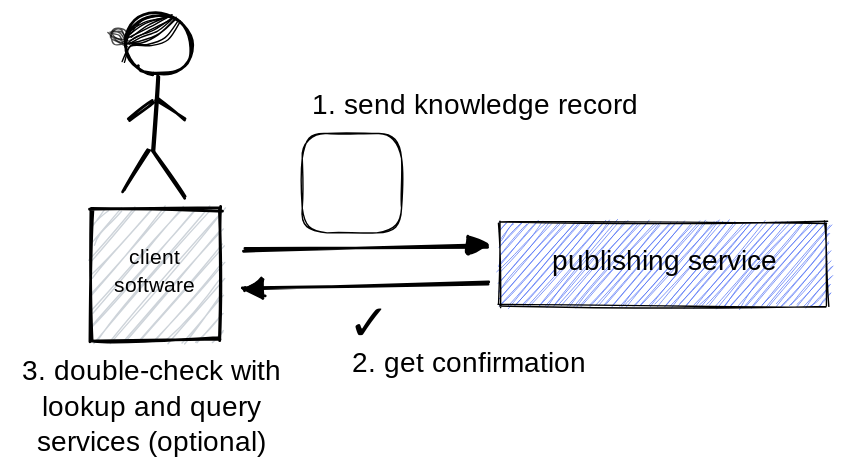
This is images/publishing.svg from tkuhn/knowledge-space, a Excalidraw export, as it was before one commit. Source tidied: one line per element, renumbered; positions are measured from the earlier drawing's top-left corner, leaving out a move shared by most shapes.
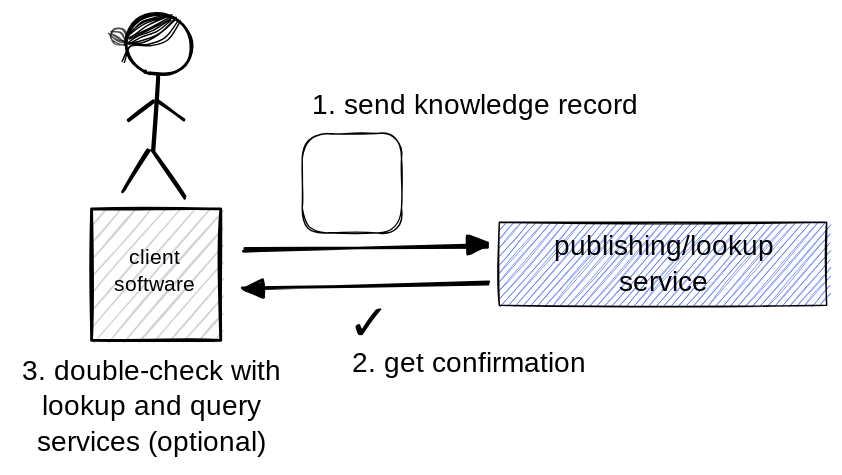
The same file after the commit.

Commit message:
Merge lookup with publishing services

What changed in the source:
```diff
@@ -1,28 +1,28 @@
-{"id": 0, "type": "arrow", "strokeColor": "#000000", "strokeWidth": 2, "roughness": 1, "startArrowhead": "triangle", "from": 1, "to": 23, "x": 163, "y": 196, "width": 175, "height": 5, "points": [[0, 0], [175, -5]]}
+{"id": 0, "type": "arrow", "strokeColor": "#000000", "strokeWidth": 2, "roughness": 1, "startArrowhead": "triangle", "round": true, "from": 1, "to": 23, "x": 163, "y": 196, "width": 175, "height": 5, "points": [[0, 0], [175, -5]]}
 {"id": 1, "type": "rectangle", "strokeColor": "#000000", "backgroundColor": "#ced4da", "fillStyle": "hachure", "strokeWidth": 2, "roughness": 1, "x": 55, "y": 139, "width": 92, "height": 94}
 {"id": 2, "type": "text", "text": "client\nsoftware", "strokeColor": "#000000", "backgroundColor": "#ced4da", "fillStyle": "hachure", "strokeWidth": 2, "roughness": 1, "fontSize": 15.0, "fontFamily": 1, "textAlign": "center", "verticalAlign": "middle", "x": 67, "y": 164, "width": 66, "height": 40}
-{"id": 3, "type": "arrow", "strokeColor": "#000000", "strokeWidth": 2, "roughness": 1, "endArrowhead": "triangle", "from": 1, "to": 23, "x": 164, "y": 168, "width": 174, "height": 2, "points": [[0, 0], [174, -2]]}
+{"id": 3, "type": "arrow", "strokeColor": "#000000", "strokeWidth": 2, "roughness": 1, "endArrowhead": "triangle", "round": true, "from": 1, "to": 23, "x": 164, "y": 168, "width": 174, "height": 2, "points": [[0, 0], [174, -2]]}
-{"id": 4, "type": "text", "text": "1. send knowledge record", "strokeColor": "#000000", "strokeWidth": 1, "roughness": 1, "fontSize": 20, "fontFamily": 1, "textAlign": "center", "x": 211, "y": 53, "width": 236, "height": 25}
+{"id": 4, "type": "text", "text": "1. send knowledge record", "strokeColor": "#000000", "strokeWidth": 1, "roughness": 1, "fontSize": 20, "fontFamily": 1, "textAlign": "center", "x": 212, "y": 53, "width": 235, "height": 25}
-{"id": 5, "type": "text", "text": "2. get confirmation", "strokeColor": "#000000", "strokeWidth": 1, "roughness": 1, "fontSize": 20, "fontFamily": 1, "x": 241, "y": 238, "width": 188, "height": 25}
+{"id": 5, "type": "text", "text": "2. get confirmation", "strokeColor": "#000000", "strokeWidth": 1, "roughness": 1, "fontSize": 20, "fontFamily": 1, "x": 241, "y": 238, "width": 187, "height": 25}
 {"id": 6, "type": "text", "text": "3. double-check with\nlookup and query\nservices (optional)", "strokeColor": "#000000", "strokeWidth": 1, "roughness": 1, "fontSize": 20, "fontFamily": 1, "textAlign": "center", "x": 0, "y": 243, "width": 196, "height": 76}
 {"id": 7, "type": "ellipse", "strokeColor": "#000000", "angle": 3.54, "strokeWidth": 2, "roughness": 1, "x": 80, "y": 0, "width": 47, "height": 43}
-{"id": 8, "type": "line", "strokeColor": "#000000", "backgroundColor": "#ced4da", "fillStyle": "solid", "strokeWidth": 2, "roughness": 1, "x": 102, "y": 45, "width": 2, "height": 53, "points": [[0, 0], [-2, 53]]}
+{"id": 8, "type": "line", "strokeColor": "#000000", "backgroundColor": "#ced4da", "fillStyle": "solid", "strokeWidth": 2, "roughness": 1, "round": true, "x": 102, "y": 45, "width": 2, "height": 53, "points": [[0, 0], [-2, 53]]}
-{"id": 9, "type": "line", "strokeColor": "#000000", "backgroundColor": "#ced4da", "fillStyle": "solid", "strokeWidth": 2, "roughness": 1, "x": 100, "y": 98, "width": 21, "height": 32, "points": [[0, 0], [21, 32]]}
+{"id": 9, "type": "line", "strokeColor": "#000000", "backgroundColor": "#ced4da", "fillStyle": "solid", "strokeWidth": 2, "roughness": 1, "round": true, "x": 100, "y": 98, "width": 21, "height": 32, "points": [[0, 0], [21, 32]]}
-{"id": 10, "type": "line", "strokeColor": "#000000", "backgroundColor": "#ced4da", "fillStyle": "solid", "strokeWidth": 2, "roughness": 1, "x": 97, "y": 96, "width": 18, "height": 30, "points": [[0, 0], [-18, 30]]}
+{"id": 10, "type": "line", "strokeColor": "#000000", "backgroundColor": "#ced4da", "fillStyle": "solid", "strokeWidth": 2, "roughness": 1, "round": true, "x": 97, "y": 96, "width": 18, "height": 30, "points": [[0, 0], [-18, 30]]}
-{"id": 11, "type": "line", "strokeColor": "#000000", "backgroundColor": "#ced4da", "fillStyle": "solid", "strokeWidth": 2, "roughness": 1, "x": 81, "y": 76, "width": 19, "height": 14, "points": [[0, 0], [19, -14]]}
+{"id": 11, "type": "line", "strokeColor": "#000000", "backgroundColor": "#ced4da", "fillStyle": "solid", "strokeWidth": 2, "roughness": 1, "round": true, "x": 81, "y": 76, "width": 19, "height": 14, "points": [[0, 0], [19, -14]]}
-{"id": 12, "type": "line", "strokeColor": "#000000", "backgroundColor": "#ced4da", "fillStyle": "solid", "strokeWidth": 2, "roughness": 1, "x": 101, "y": 62, "width": 19, "height": 14, "points": [[0, 0], [19, 14]]}
+{"id": 12, "type": "line", "strokeColor": "#000000", "backgroundColor": "#ced4da", "fillStyle": "solid", "strokeWidth": 2, "roughness": 1, "round": true, "x": 101, "y": 62, "width": 19, "height": 14, "points": [[0, 0], [19, 14]]}
-{"id": 13, "type": "line", "strokeColor": "#000000", "strokeWidth": 1, "roughness": 1, "x": 117, "y": 4, "width": 39, "height": 29, "points": [[0, 0], [-8, 13], [-21, 19], [-33, 19], [-39, 29]]}
+{"id": 13, "type": "line", "strokeColor": "#000000", "strokeWidth": 1, "roughness": 1, "round": true, "x": 117, "y": 4, "width": 39, "height": 29, "points": [[0, 0], [-8, 13], [-21, 19], [-33, 19], [-39, 29]]}
-{"id": 14, "type": "line", "strokeColor": "#000000", "strokeWidth": 1, "roughness": 1, "x": 115, "y": 3, "width": 34, "height": 19, "points": [[0, 0], [-11, 11], [-24, 17], [-34, 19]]}
+{"id": 14, "type": "line", "strokeColor": "#000000", "strokeWidth": 1, "roughness": 1, "round": true, "x": 115, "y": 3, "width": 34, "height": 19, "points": [[0, 0], [-11, 11], [-24, 17], [-34, 19]]}
-{"id": 15, "type": "line", "strokeColor": "#000000", "strokeWidth": 1, "roughness": 1, "x": 112, "y": 1, "width": 30, "height": 15, "points": [[0, 0], [-18, 6], [-30, 15]]}
+{"id": 15, "type": "line", "strokeColor": "#000000", "strokeWidth": 1, "roughness": 1, "round": true, "x": 112, "y": 1, "width": 30, "height": 15, "points": [[0, 0], [-18, 6], [-30, 15]]}
-{"id": 16, "type": "line", "strokeColor": "#000000", "strokeWidth": 1, "roughness": 1, "x": 114, "y": 3, "width": 32, "height": 16, "points": [[0, 0], [-12, 9], [-25, 14], [-32, 16]]}
+{"id": 16, "type": "line", "strokeColor": "#000000", "strokeWidth": 1, "roughness": 1, "round": true, "x": 114, "y": 3, "width": 32, "height": 16, "points": [[0, 0], [-12, 9], [-25, 14], [-32, 16]]}
-{"id": 17, "type": "line", "strokeColor": "#000000", "strokeWidth": 1, "roughness": 1, "x": 113, "y": 2, "width": 31, "height": 15, "points": [[0, 0], [-15, 8], [-31, 15]]}
+{"id": 17, "type": "line", "strokeColor": "#000000", "strokeWidth": 1, "roughness": 1, "round": true, "x": 113, "y": 2, "width": 31, "height": 15, "points": [[0, 0], [-15, 8], [-31, 15]]}
-{"id": 18, "type": "line", "strokeColor": "#000000", "strokeWidth": 1, "roughness": 1, "x": 109, "y": 1, "width": 26, "height": 13, "points": [[0, 0], [-17, 5], [-26, 13]]}
+{"id": 18, "type": "line", "strokeColor": "#000000", "strokeWidth": 1, "roughness": 1, "round": true, "x": 109, "y": 1, "width": 26, "height": 13, "points": [[0, 0], [-17, 5], [-26, 13]]}
-{"id": 19, "type": "line", "strokeColor": "#000000", "strokeWidth": 1, "roughness": 1, "opacity": 70, "x": 80, "y": 22, "width": 13, "height": 11, "points": [[0, 0], [-7, -1], [-11, -5], [-9, -11], [-2, -11], [2, -5]]}
+{"id": 19, "type": "line", "strokeColor": "#000000", "strokeWidth": 1, "roughness": 1, "opacity": 70, "round": true, "x": 80, "y": 22, "width": 13, "height": 11, "points": [[0, 0], [-7, -1], [-11, -5], [-9, -11], [-2, -11], [2, -5]]}
-{"id": 20, "type": "line", "strokeColor": "#000000", "strokeWidth": 1, "roughness": 1, "opacity": 70, "x": 68, "y": 14, "width": 12, "height": 6, "points": [[0, 0], [5, 5], [12, 6]]}
+{"id": 20, "type": "line", "strokeColor": "#000000", "strokeWidth": 1, "roughness": 1, "opacity": 70, "round": true, "x": 68, "y": 14, "width": 12, "height": 6, "points": [[0, 0], [5, 5], [12, 6]]}
-{"id": 21, "type": "line", "strokeColor": "#000000", "strokeWidth": 1, "roughness": 1, "opacity": 70, "x": 69, "y": 12, "width": 10, "height": 6, "points": [[0, 0], [7, 1], [10, 6]]}
+{"id": 21, "type": "line", "strokeColor": "#000000", "strokeWidth": 1, "roughness": 1, "opacity": 70, "round": true, "x": 69, "y": 12, "width": 10, "height": 6, "points": [[0, 0], [7, 1], [10, 6]]}
-{"id": 22, "type": "line", "strokeColor": "#000000", "strokeWidth": 1, "roughness": 1, "opacity": 70, "x": 70, "y": 14, "width": 10, "height": 6, "points": [[0, 0], [4, 3], [10, 6]]}
+{"id": 22, "type": "line", "strokeColor": "#000000", "strokeWidth": 1, "roughness": 1, "opacity": 70, "round": true, "x": 70, "y": 14, "width": 10, "height": 6, "points": [[0, 0], [4, 3], [10, 6]]}
 {"id": 23, "type": "rectangle", "strokeColor": "transparent", "backgroundColor": "#ffffff", "fillStyle": "solid", "strokeWidth": 1, "roughness": 1, "x": 347, "y": 151, "width": 234, "height": 59}
 {"id": 24, "type": "rectangle", "strokeColor": "#000000", "backgroundColor": "#4c6ef5", "fillStyle": "hachure", "strokeWidth": 1, "roughness": 1, "x": 347, "y": 149, "width": 234, "height": 59}
-{"id": 25, "type": "text", "text": "publishing service", "strokeColor": "#000000", "backgroundColor": "#228be6", "fillStyle": "solid", "strokeWidth": 1, "roughness": 1, "fontSize": 20, "fontFamily": 1, "textAlign": "center", "x": 383, "y": 165, "width": 162, "height": 26}
+{"id": 25, "type": "text", "text": "publishing/lookup\nservice", "strokeColor": "#000000", "backgroundColor": "#228be6", "fillStyle": "solid", "strokeWidth": 1, "roughness": 1, "fontSize": 20, "fontFamily": 1, "textAlign": "center", "x": 387, "y": 154, "width": 154, "height": 52}
-{"id": 26, "type": "rectangle", "strokeColor": "#000000", "backgroundColor": "#ffffff", "fillStyle": "solid", "strokeWidth": 1, "roughness": 1, "x": 206, "y": 85, "width": 71, "height": 71}
+{"id": 26, "type": "rectangle", "strokeColor": "#000000", "backgroundColor": "#ffffff", "fillStyle": "solid", "strokeWidth": 1, "roughness": 1, "round": true, "x": 206, "y": 85, "width": 71, "height": 71}
-{"id": 27, "type": "text", "text": "✓", "strokeColor": "#000000", "backgroundColor": "#000", "fillStyle": "hachure", "strokeWidth": 1, "roughness": 1, "fontSize": 36, "fontFamily": 1, "x": 238, "y": 200, "width": 31, "height": 46}
+{"id": 27, "type": "text", "text": "✓", "strokeColor": "#000000", "backgroundColor": "#000", "fillStyle": "hachure", "strokeWidth": 1, "roughness": 1, "fontSize": 36, "fontFamily": 1, "x": 238, "y": 200, "width": 27, "height": 46}
```
